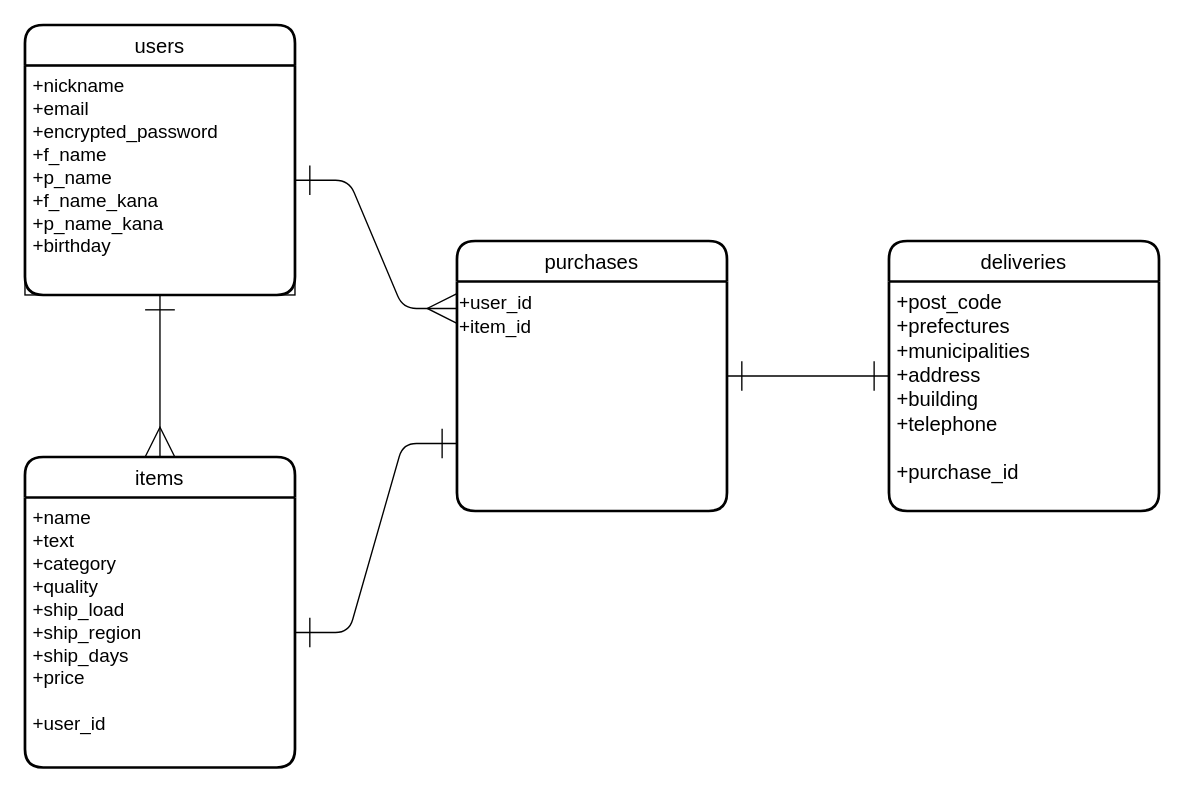
Earlier version of the draw.io diagram database.dio (ito-mirai/furima-40590). Source tidied: cells renumbered, new cells numbered last; positions are measured from the earlier drawing's top-left corner, leaving out a move shared by most shapes. Both pictures are drawn from the tidied source at 135%, with x=0, y=0 at pixel (24, 24).
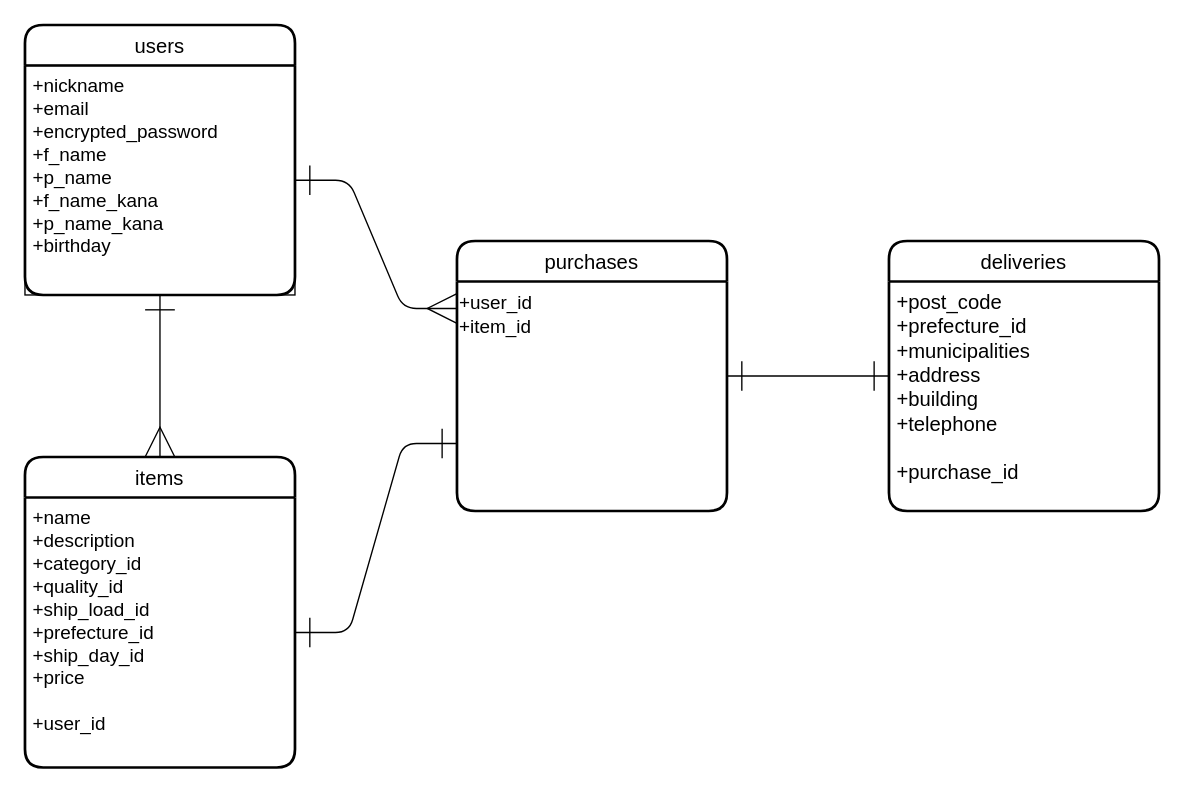
The same diagram, later.

The edit, as a diff of the source:
```diff
@@
 <mxGraphModel>
   <root>
     <mxCell id="0" />
     <mxCell id="1" parent="0" />
     <mxCell id="2" style="edgeStyle=none;html=1;entryX=0.5;entryY=0;entryDx=0;entryDy=0;fontSize=15;endArrow=ERmany;endFill=0;endSize=20;startArrow=ERone;startFill=0;startSize=20;" parent="1" edge="1" source="4" target="6">
       <mxGeometry relative="1" as="geometry" />
     </mxCell>
     <mxCell id="3" style="edgeStyle=none;html=1;entryX=0;entryY=0.25;entryDx=0;entryDy=0;fontSize=15;startArrow=ERone;startFill=0;endArrow=ERmany;endFill=0;startSize=20;endSize=20;exitX=1;exitY=0.5;exitDx=0;exitDy=0;" parent="1" edge="1" source="5" target="9">
       <mxGeometry relative="1" as="geometry">
         <Array as="points">
           <mxPoint x="240" y="115" />
           <mxPoint x="280" y="210" />
           <mxPoint x="300" y="210" />
         </Array>
       </mxGeometry>
     </mxCell>
     <mxCell id="4" value="users" style="swimlane;horizontal=1;startSize=30;rounded=1;fontSize=15;fontStyle=0;strokeWidth=2;shadow=0;dashed=0;align=center;" parent="1" vertex="1">
       <mxGeometry width="200" height="200" as="geometry" />
     </mxCell>
     <mxCell id="5" value="+nickname&#10;+email&#10;+encrypted_password&#10;+f_name&#10;+p_name&#10;+f_name_kana&#10;+p_name_kana&#10;+birthday" style="align=left;spacingLeft=4;fontSize=14;verticalAlign=top;fillColor=none;" parent="4" vertex="1">
       <mxGeometry y="30" width="200" height="170" as="geometry" />
     </mxCell>
     <mxCell id="6" value="items" style="swimlane;horizontal=1;startSize=30;rounded=1;fontSize=15;fontStyle=0;strokeWidth=2;shadow=0;dashed=0;align=center;" parent="1" vertex="1">
       <mxGeometry y="320" width="200" height="230" as="geometry" />
     </mxCell>
-    <mxCell id="7" value="+name&#10;+text&#10;+category&#10;+quality&#10;+ship_load&#10;+ship_region&#10;+ship_days&#10;+price&#10;&#10;+user_id" style="align=left;strokeColor=none;fillColor=none;spacingLeft=4;fontSize=14;verticalAlign=top;" parent="6" vertex="1">
+    <mxCell id="7" value="+name&#10;+description&#10;+category_id&#10;+quality_id&#10;+ship_load_id&#10;+prefecture_id&#10;+ship_day_id&#10;+price&#10;&#10;+user_id" style="align=left;strokeColor=none;fillColor=none;spacingLeft=4;fontSize=14;verticalAlign=top;" parent="6" vertex="1">
       <mxGeometry y="30" width="200" height="200" as="geometry" />
     </mxCell>
     <mxCell id="8" style="edgeStyle=none;html=1;entryX=0;entryY=0.5;entryDx=0;entryDy=0;fontSize=14;startArrow=ERone;startFill=0;endArrow=ERone;endFill=0;startSize=20;endSize=20;" parent="1" edge="1" source="9" target="11">
       <mxGeometry relative="1" as="geometry" />
     </mxCell>
     <mxCell id="9" value="purchases" style="swimlane;horizontal=1;startSize=30;rounded=1;fontSize=15;fontStyle=0;strokeWidth=2;shadow=0;dashed=0;align=center;" parent="1" vertex="1">
       <mxGeometry x="320" y="160" width="200" height="200" as="geometry" />
     </mxCell>
     <mxCell id="10" value="&lt;span style=&quot;font-size: 14px;&quot;&gt;+user_id&lt;br&gt;+item_id&lt;br&gt;&lt;/span&gt;" style="text;html=1;align=left;verticalAlign=top;strokeColor=none;fillColor=none;fontSize=15;" parent="9" vertex="1">
       <mxGeometry y="30" width="200" height="170" as="geometry" />
     </mxCell>
     <mxCell id="11" value="deliveries" style="swimlane;horizontal=1;startSize=30;rounded=1;fontSize=15;fontStyle=0;strokeWidth=2;shadow=0;dashed=0;align=center;" parent="1" vertex="1">
       <mxGeometry x="640" y="160" width="200" height="200" as="geometry" />
     </mxCell>
-    <mxCell id="12" value="+post_code&#10;+prefectures&#10;+municipalities&#10;+address&#10;+building&#10;+telephone&#10;&#10;+purchase_id" style="align=left;strokeColor=none;fillColor=none;spacingLeft=4;fontSize=15;verticalAlign=top;" parent="11" vertex="1">
+    <mxCell id="12" value="+post_code&#10;+prefecture_id&#10;+municipalities&#10;+address&#10;+building&#10;+telephone&#10;&#10;+purchase_id" style="align=left;strokeColor=none;fillColor=none;spacingLeft=4;fontSize=15;verticalAlign=top;" parent="11" vertex="1">
       <mxGeometry y="30" width="200" height="170" as="geometry" />
     </mxCell>
     <mxCell id="13" style="edgeStyle=none;html=1;entryX=0;entryY=0.75;entryDx=0;entryDy=0;fontSize=15;startArrow=ERone;startFill=0;endArrow=ERone;endFill=0;startSize=20;endSize=20;exitX=1;exitY=0.5;exitDx=0;exitDy=0;" parent="1" edge="1" source="7" target="9">
       <mxGeometry relative="1" as="geometry">
         <Array as="points">
           <mxPoint x="240" y="450" />
           <mxPoint x="280" y="310" />
         </Array>
       </mxGeometry>
     </mxCell>
   </root>
 </mxGraphModel>
```
